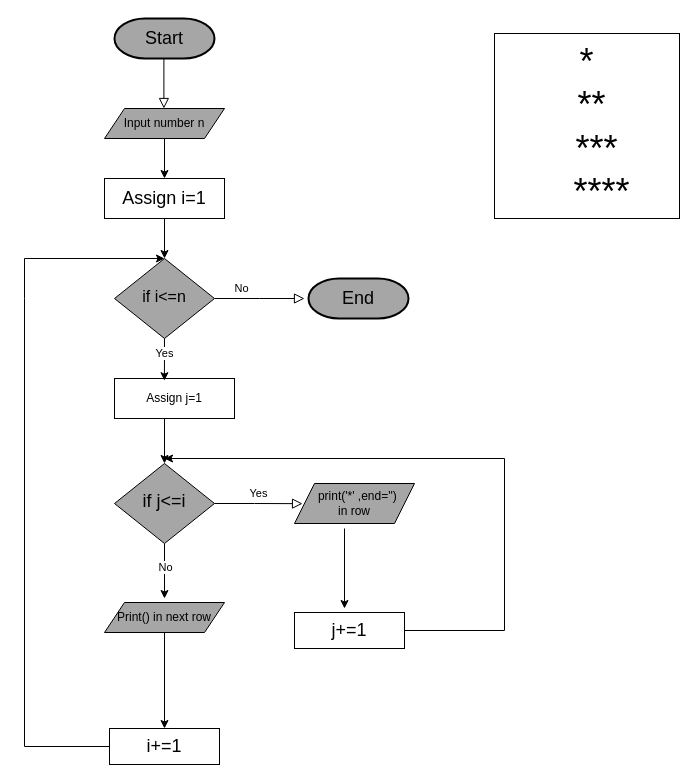
This is Untitled Diagram.drawio from Aditya-swaroop-11/aditya, a draw.io file, before an edit. Source tidied: cells renumbered, new cells numbered last; positions are measured from the earlier drawing's top-left corner, leaving out a move shared by most shapes. Both pictures are drawn from the tidied source at 100%, with x=0, y=0 at pixel (24, 18).
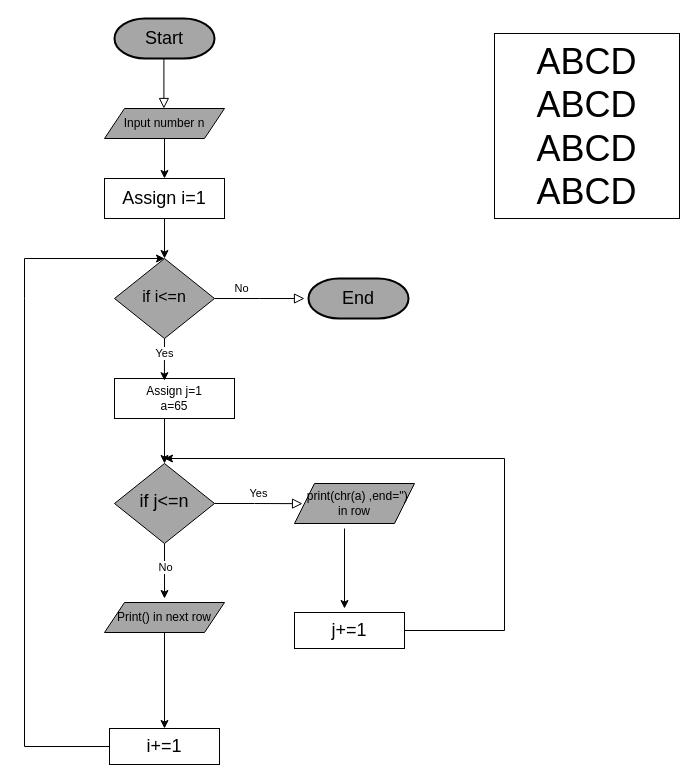
After the change.

What changed in the source:
```diff
@@
-    <mxCell id="5" value="&lt;div&gt;&lt;font style=&quot;font-size: 18px;&quot;&gt;if j&amp;lt;=i&lt;/font&gt;&lt;/div&gt;" style="rhombus;whiteSpace=wrap;html=1;shadow=0;fontFamily=Helvetica;fontSize=12;align=center;strokeWidth=1;spacing=6;spacingTop=-4;fillColor=#A6A6A6;rounded=0;" parent="1" vertex="1">
+    <mxCell id="5" value="&lt;div&gt;&lt;font style=&quot;font-size: 18px;&quot;&gt;if j&amp;lt;=n&lt;/font&gt;&lt;/div&gt;" style="rhombus;whiteSpace=wrap;html=1;shadow=0;fontFamily=Helvetica;fontSize=12;align=center;strokeWidth=1;spacing=6;spacingTop=-4;fillColor=#A6A6A6;rounded=0;" parent="1" vertex="1">
       <mxGeometry x="90" y="445" width="100" height="80" as="geometry" />
     </mxCell>
@@
-    <mxCell id="8" value="&amp;nbsp; print('*' ,end='')&lt;div&gt;in row&lt;/div&gt;" style="shape=parallelogram;perimeter=parallelogramPerimeter;whiteSpace=wrap;html=1;fixedSize=1;fillColor=#A6A6A6;rounded=0;" parent="1" vertex="1">
+    <mxCell id="8" value="&amp;nbsp; print(chr(a) ,end='')&lt;div&gt;in row&lt;/div&gt;" style="shape=parallelogram;perimeter=parallelogramPerimeter;whiteSpace=wrap;html=1;fixedSize=1;fillColor=#A6A6A6;rounded=0;" parent="1" vertex="1">
       <mxGeometry x="270" y="465" width="120" height="40" as="geometry" />
     </mxCell>
@@
-    <mxCell id="13" value="Assign j=1" style="rounded=0;whiteSpace=wrap;html=1;" parent="1" vertex="1">
+    <mxCell id="13" value="Assign j=1&lt;div&gt;a=65&lt;/div&gt;" style="rounded=0;whiteSpace=wrap;html=1;" parent="1" vertex="1">
       <mxGeometry x="90" y="360" width="120" height="40" as="geometry" />
     </mxCell>
@@
-    <mxCell id="27" value="&lt;div&gt;&lt;span style=&quot;font-size: 36px;&quot;&gt;*&lt;/span&gt;&lt;/div&gt;&lt;div&gt;&lt;span style=&quot;font-size: 36px; background-color: initial;&quot;&gt;&amp;nbsp;**&lt;/span&gt;&lt;/div&gt;&lt;div&gt;&lt;span style=&quot;font-size: 36px; background-color: initial;&quot;&gt;&amp;nbsp; ***&lt;/span&gt;&lt;/div&gt;&lt;div&gt;&lt;span style=&quot;font-size: 36px; background-color: initial;&quot;&gt;&amp;nbsp; &amp;nbsp;****&lt;/span&gt;&lt;/div&gt;" style="whiteSpace=wrap;html=1;" parent="1" vertex="1">
+    <mxCell id="27" value="&lt;span style=&quot;font-size: 36px;&quot;&gt;ABCD&lt;/span&gt;&lt;div&gt;&lt;span style=&quot;font-size: 36px;&quot;&gt;ABCD&lt;/span&gt;&lt;/div&gt;&lt;div&gt;&lt;span style=&quot;font-size: 36px;&quot;&gt;ABCD&lt;/span&gt;&lt;/div&gt;&lt;div&gt;&lt;span style=&quot;font-size: 36px;&quot;&gt;ABCD&lt;/span&gt;&lt;/div&gt;" style="whiteSpace=wrap;html=1;" parent="1" vertex="1">
       <mxGeometry x="470" y="15" width="185" height="185" as="geometry" />
     </mxCell>
```
